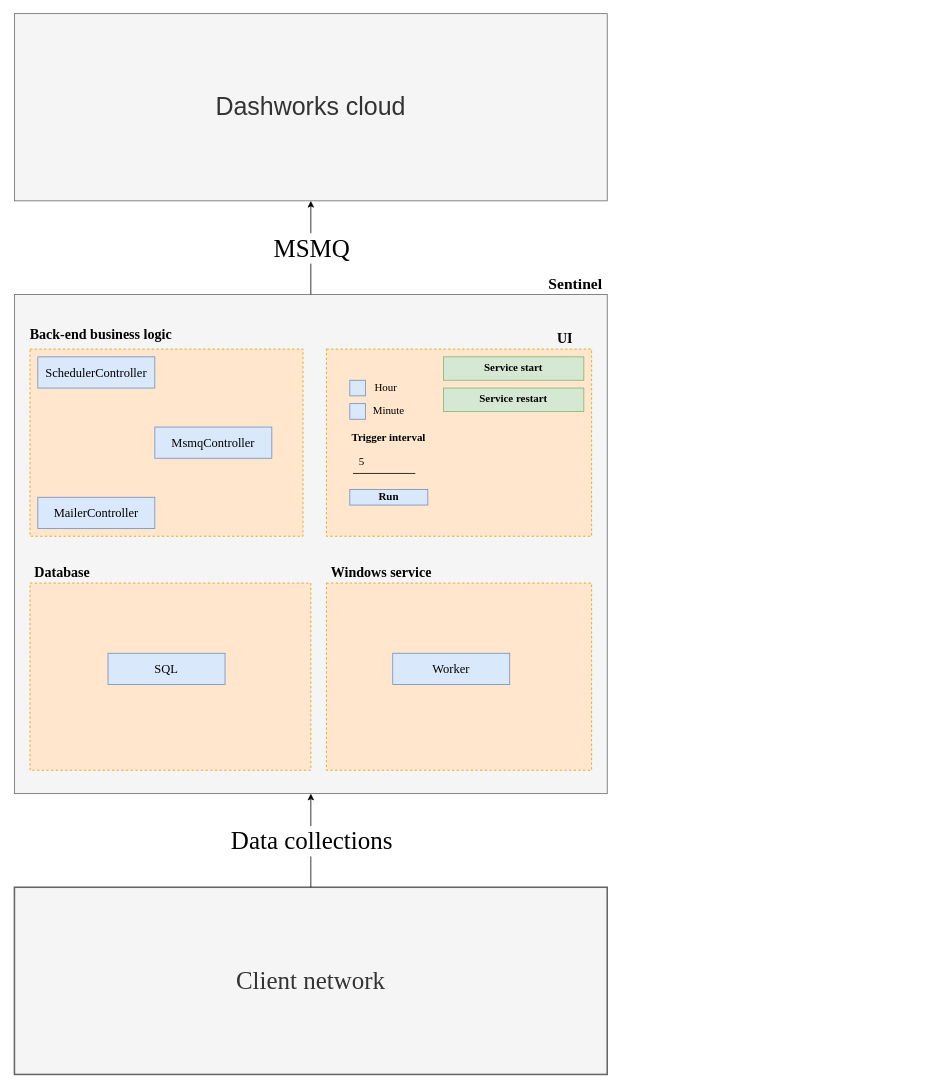
This is src/assets/Untitled Diagram.drawio from ValeryYuntsevich/ag-grid, a draw.io file, before an edit. Source tidied: cells renumbered, new cells numbered last; positions are measured from the earlier drawing's top-left corner, leaving out a move shared by most shapes. Both pictures are drawn from the tidied source at 78%, with x=0, y=0 at pixel (14, 13).
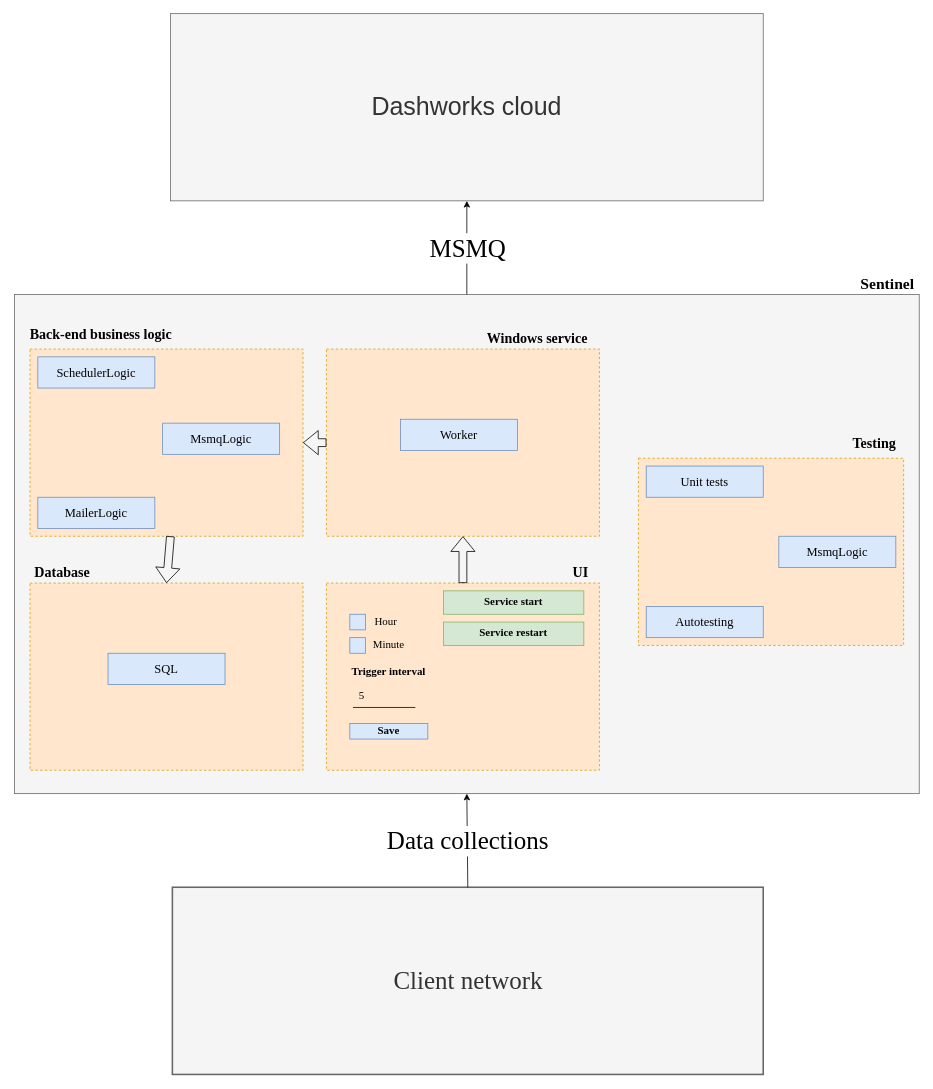
After the change.

The change refers to these unchanged cells:
```xml
<mxCell id="18" style="rounded=0;whiteSpace=wrap;html=1;fontFamily=Times New Roman;fontSize=18;strokeWidth=1;dashed=1;fillColor=#ffe6cc;strokeColor=#d79b00;" parent="1" vertex="1">
  <mxGeometry x="20" y="430" width="350" height="240" as="geometry" />
</mxCell>
```

What changed in the source:
```diff
@@
     <mxCell id="2" style="rounded=0;whiteSpace=wrap;html=1;fillColor=#f5f5f5;fontColor=#333333;strokeColor=#666666;" parent="1" vertex="1">
-      <mxGeometry y="360" width="760" height="640" as="geometry" />
+      <mxGeometry y="360" width="1160" height="640" as="geometry" />
     </mxCell>
@@
-    <mxCell id="5" style="rounded=0;whiteSpace=wrap;html=1;fontFamily=Times New Roman;fontSize=14;strokeWidth=1;fillColor=#ffe6cc;strokeColor=#d79b00;dashed=1;" parent="1" vertex="1">
-      <mxGeometry x="400" y="430" width="340" height="240" as="geometry" />
-    </mxCell>
-    <mxCell id="6" value="Trigger interval" style="text;html=1;strokeColor=none;fillColor=none;align=center;verticalAlign=middle;whiteSpace=wrap;rounded=0;fontFamily=Times New Roman;fontSize=14;fontStyle=1;" parent="1" vertex="1">
-      <mxGeometry x="410" y="530" width="140" height="30" as="geometry" />
-    </mxCell>
-    <mxCell id="7" style="endArrow=none;html=1;rounded=0;fontFamily=Times New Roman;fontSize=14;" parent="1" edge="1">
-      <mxGeometry relative="1" as="geometry">
-        <mxPoint x="434" y="589.5" as="sourcePoint" />
-        <mxPoint x="514" y="589.5" as="targetPoint" />
-        <Array as="points">
-          <mxPoint x="470" y="589.5" />
-        </Array>
-      </mxGeometry>
-    </mxCell>
-    <mxCell id="8" value="5" style="text;html=1;strokeColor=none;fillColor=none;align=left;verticalAlign=middle;whiteSpace=wrap;rounded=0;fontFamily=Times New Roman;fontSize=14;" parent="1" vertex="1">
-      <mxGeometry x="440" y="560" width="20" height="30" as="geometry" />
-    </mxCell>
-    <mxCell id="9" value="Hour" style="text;html=1;strokeColor=none;fillColor=none;align=left;verticalAlign=middle;whiteSpace=wrap;rounded=0;fontFamily=Times New Roman;fontSize=14;" parent="1" vertex="1">
-      <mxGeometry x="460" y="470" width="40" height="20" as="geometry" />
-    </mxCell>
-    <mxCell id="10" style="whiteSpace=wrap;html=1;fontFamily=Times New Roman;fontSize=14;strokeWidth=1;fillColor=#dae8fc;strokeColor=#6c8ebf;" parent="1" vertex="1">
-      <mxGeometry x="430" y="470" width="20" height="20" as="geometry" />
-    </mxCell>
-    <mxCell id="11" style="whiteSpace=wrap;html=1;fontFamily=Times New Roman;fontSize=14;strokeWidth=1;fillColor=#dae8fc;strokeColor=#6c8ebf;" parent="1" vertex="1">
-      <mxGeometry x="430" y="500" width="20" height="20" as="geometry" />
-    </mxCell>
-    <mxCell id="12" value="Minute" style="text;html=1;strokeColor=none;fillColor=none;align=center;verticalAlign=middle;whiteSpace=wrap;rounded=0;fontFamily=Times New Roman;fontSize=14;" parent="1" vertex="1">
-      <mxGeometry x="460" y="500" width="40" height="20" as="geometry" />
-    </mxCell>
-    <mxCell id="13" value="Run" style="rounded=0;whiteSpace=wrap;html=1;fontFamily=Times New Roman;fontSize=14;strokeWidth=1;fontStyle=1;fillColor=#dae8fc;strokeColor=#6c8ebf;" parent="1" vertex="1">
-      <mxGeometry x="430" y="610" width="100" height="20" as="geometry" />
-    </mxCell>
-    <mxCell id="14" value="Service start" style="rounded=0;whiteSpace=wrap;html=1;fontFamily=Times New Roman;fontSize=14;strokeWidth=1;fontStyle=1;fillColor=#d5e8d4;strokeColor=#82b366;" parent="1" vertex="1">
-      <mxGeometry x="550" y="440" width="180" height="30" as="geometry" />
-    </mxCell>
     <mxCell id="15" value="Sentinel" style="text;strokeColor=none;fillColor=none;align=left;verticalAlign=middle;spacingLeft=4;spacingRight=4;overflow=hidden;fontFamily=Times New Roman;fontSize=20;fontStyle=1;" parent="1" vertex="1">
-      <mxGeometry x="679" y="330" width="81" height="30" as="geometry" />
+      <mxGeometry x="1079" y="330" width="81" height="30" as="geometry" />
     </mxCell>
     <mxCell id="16" value="UI" style="text;strokeColor=none;fillColor=none;align=left;verticalAlign=middle;spacingLeft=4;spacingRight=4;overflow=hidden;fontFamily=Times New Roman;fontSize=18;fontStyle=1;" parent="1" vertex="1">
-      <mxGeometry x="690" y="400" width="30" height="30" as="geometry" />
+      <mxGeometry x="710" y="700" width="30" height="30" as="geometry" />
     </mxCell>
@@
     <mxCell id="21" value="Client network" style="rounded=0;whiteSpace=wrap;html=1;fontFamily=Times New Roman;fontSize=32;strokeWidth=2;fillColor=#f5f5f5;fontColor=#333333;strokeColor=#666666;" parent="1" vertex="1">
-      <mxGeometry y="1120" width="760" height="240" as="geometry" />
+      <mxGeometry x="202.5" y="1120" width="757.5" height="240" as="geometry" />
     </mxCell>
@@
     <mxCell id="24" value="Dashworks cloud" style="rounded=0;whiteSpace=wrap;html=1;fontSize=32;fillColor=#f5f5f5;fontColor=#333333;strokeColor=#666666;" parent="1" vertex="1">
-      <mxGeometry width="760" height="240" as="geometry" />
+      <mxGeometry x="200" width="760" height="240" as="geometry" />
     </mxCell>
-    <mxCell id="25" value="SchedulerController" style="rounded=0;whiteSpace=wrap;html=1;fontFamily=Times New Roman;fontSize=16;fillColor=#dae8fc;strokeColor=#6c8ebf;" parent="1" vertex="1">
+    <mxCell id="25" value="SchedulerLogic" style="rounded=0;whiteSpace=wrap;html=1;fontFamily=Times New Roman;fontSize=16;fillColor=#dae8fc;strokeColor=#6c8ebf;" parent="1" vertex="1">
       <mxGeometry x="30" y="440" width="150" height="40" as="geometry" />
     </mxCell>
-    <mxCell id="26" value="MsmqController" style="rounded=0;whiteSpace=wrap;html=1;fontFamily=Times New Roman;fontSize=16;fillColor=#dae8fc;strokeColor=#6c8ebf;" parent="1" vertex="1">
-      <mxGeometry x="180" y="530" width="150" height="40" as="geometry" />
+    <mxCell id="26" value="MsmqLogic" style="rounded=0;whiteSpace=wrap;html=1;fontFamily=Times New Roman;fontSize=16;fillColor=#dae8fc;strokeColor=#6c8ebf;" parent="1" vertex="1">
+      <mxGeometry x="190" y="525" width="150" height="40" as="geometry" />
     </mxCell>
-    <mxCell id="27" value="MailerController" style="rounded=0;whiteSpace=wrap;html=1;fontFamily=Times New Roman;fontSize=16;fillColor=#dae8fc;strokeColor=#6c8ebf;" parent="1" vertex="1">
+    <mxCell id="27" value="MailerLogic" style="rounded=0;whiteSpace=wrap;html=1;fontFamily=Times New Roman;fontSize=16;fillColor=#dae8fc;strokeColor=#6c8ebf;" parent="1" vertex="1">
       <mxGeometry x="30" y="620" width="150" height="40" as="geometry" />
     </mxCell>
     <mxCell id="28" style="rounded=0;whiteSpace=wrap;html=1;fontFamily=Times New Roman;fontSize=18;strokeWidth=1;dashed=1;fillColor=#ffe6cc;strokeColor=#d79b00;" parent="1" vertex="1">
-      <mxGeometry x="400" y="730" width="340" height="240" as="geometry" />
+      <mxGeometry x="400" y="430" width="350" height="240" as="geometry" />
     </mxCell>
     <mxCell id="29" value="Windows service" style="text;strokeColor=none;fillColor=none;align=left;verticalAlign=middle;spacingLeft=4;spacingRight=4;overflow=hidden;fontFamily=Times New Roman;fontSize=18;fontStyle=1;" parent="1" vertex="1">
-      <mxGeometry x="400" y="700" width="216" height="30" as="geometry" />
+      <mxGeometry x="600" y="400" width="140" height="30" as="geometry" />
     </mxCell>
     <mxCell id="30" value="Worker" style="rounded=0;whiteSpace=wrap;html=1;fontFamily=Times New Roman;fontSize=16;fillColor=#dae8fc;strokeColor=#6c8ebf;" parent="1" vertex="1">
-      <mxGeometry x="485" y="820" width="150" height="40" as="geometry" />
+      <mxGeometry x="495" y="520" width="150" height="40" as="geometry" />
     </mxCell>
     <mxCell id="31" style="rounded=0;whiteSpace=wrap;html=1;fontFamily=Times New Roman;fontSize=18;strokeWidth=1;dashed=1;fillColor=#ffe6cc;strokeColor=#d79b00;" parent="1" vertex="1">
-      <mxGeometry x="20" y="730" width="360" height="240" as="geometry" />
+      <mxGeometry x="20" y="730" width="350" height="240" as="geometry" />
     </mxCell>
@@
+    <mxCell id="35" style="rounded=0;whiteSpace=wrap;html=1;fontFamily=Times New Roman;fontSize=18;strokeWidth=1;dashed=1;fillColor=#ffe6cc;strokeColor=#d79b00;" parent="1" vertex="1">
+      <mxGeometry x="800" y="570" width="340" height="240" as="geometry" />
+    </mxCell>
+    <mxCell id="36" style="shape=flexArrow;endArrow=classic;html=1;rounded=0;exitX=0;exitY=0.5;exitDx=0;exitDy=0;" parent="1" edge="1" source="28" target="18">
+      <mxGeometry relative="1" as="geometry" />
+    </mxCell>
+    <mxCell id="37" style="shape=flexArrow;endArrow=classic;html=1;rounded=0;entryX=0.5;entryY=0;entryDx=0;entryDy=0;" parent="1" edge="1" target="31">
+      <mxGeometry relative="1" as="geometry">
+        <mxPoint x="200" y="670" as="sourcePoint" />
+      </mxGeometry>
+    </mxCell>
+    <mxCell id="38" value="Testing" style="text;strokeColor=none;fillColor=none;align=left;verticalAlign=middle;spacingLeft=4;spacingRight=4;overflow=hidden;fontFamily=Times New Roman;fontSize=18;fontStyle=1;" parent="1" vertex="1">
+      <mxGeometry x="1069" y="535" width="70" height="30" as="geometry" />
+    </mxCell>
+    <mxCell id="39" value="Unit tests" style="rounded=0;whiteSpace=wrap;html=1;fontFamily=Times New Roman;fontSize=16;fillColor=#dae8fc;strokeColor=#6c8ebf;" parent="1" vertex="1">
+      <mxGeometry x="810" y="580" width="150" height="40" as="geometry" />
+    </mxCell>
+    <mxCell id="40" value="MsmqLogic" style="rounded=0;whiteSpace=wrap;html=1;fontFamily=Times New Roman;fontSize=16;fillColor=#dae8fc;strokeColor=#6c8ebf;" parent="1" vertex="1">
+      <mxGeometry x="980" y="670" width="150" height="40" as="geometry" />
+    </mxCell>
+    <mxCell id="41" value="Autotesting" style="rounded=0;whiteSpace=wrap;html=1;fontFamily=Times New Roman;fontSize=16;fillColor=#dae8fc;strokeColor=#6c8ebf;" parent="1" vertex="1">
+      <mxGeometry x="810" y="760" width="150" height="40" as="geometry" />
+    </mxCell>
+    <mxCell id="42" style="rounded=0;whiteSpace=wrap;html=1;fontFamily=Times New Roman;fontSize=14;strokeWidth=1;fillColor=#ffe6cc;strokeColor=#d79b00;dashed=1;" parent="1" vertex="1">
+      <mxGeometry x="400" y="730" width="350" height="240" as="geometry" />
+    </mxCell>
+    <mxCell id="6" value="Trigger interval" style="text;html=1;strokeColor=none;fillColor=none;align=center;verticalAlign=middle;whiteSpace=wrap;rounded=0;fontFamily=Times New Roman;fontSize=14;fontStyle=1;" parent="1" vertex="1">
+      <mxGeometry x="410" y="830" width="140" height="30" as="geometry" />
+    </mxCell>
+    <mxCell id="43" style="endArrow=none;html=1;rounded=0;fontFamily=Times New Roman;fontSize=14;" parent="1" edge="1">
+      <mxGeometry relative="1" as="geometry">
+        <mxPoint x="434" y="889.5" as="sourcePoint" />
+        <mxPoint x="514" y="889.5" as="targetPoint" />
+        <Array as="points">
+          <mxPoint x="470" y="889.5" />
+        </Array>
+      </mxGeometry>
+    </mxCell>
+    <mxCell id="8" value="5" style="text;html=1;strokeColor=none;fillColor=none;align=left;verticalAlign=middle;whiteSpace=wrap;rounded=0;fontFamily=Times New Roman;fontSize=14;" parent="1" vertex="1">
+      <mxGeometry x="440" y="860" width="20" height="30" as="geometry" />
+    </mxCell>
+    <mxCell id="9" value="Hour" style="text;html=1;strokeColor=none;fillColor=none;align=left;verticalAlign=middle;whiteSpace=wrap;rounded=0;fontFamily=Times New Roman;fontSize=14;" parent="1" vertex="1">
+      <mxGeometry x="460" y="770" width="40" height="20" as="geometry" />
+    </mxCell>
+    <mxCell id="44" style="whiteSpace=wrap;html=1;fontFamily=Times New Roman;fontSize=14;strokeWidth=1;fillColor=#dae8fc;strokeColor=#6c8ebf;" parent="1" vertex="1">
+      <mxGeometry x="430" y="770" width="20" height="20" as="geometry" />
+    </mxCell>
+    <mxCell id="45" style="whiteSpace=wrap;html=1;fontFamily=Times New Roman;fontSize=14;strokeWidth=1;fillColor=#dae8fc;strokeColor=#6c8ebf;" parent="1" vertex="1">
+      <mxGeometry x="430" y="800" width="20" height="20" as="geometry" />
+    </mxCell>
+    <mxCell id="12" value="Minute" style="text;html=1;strokeColor=none;fillColor=none;align=center;verticalAlign=middle;whiteSpace=wrap;rounded=0;fontFamily=Times New Roman;fontSize=14;" parent="1" vertex="1">
+      <mxGeometry x="460" y="800" width="40" height="20" as="geometry" />
+    </mxCell>
+    <mxCell id="46" value="Save" style="rounded=0;whiteSpace=wrap;html=1;fontFamily=Times New Roman;fontSize=14;strokeWidth=1;fontStyle=1;fillColor=#dae8fc;strokeColor=#6c8ebf;" parent="1" vertex="1">
+      <mxGeometry x="430" y="910" width="100" height="20" as="geometry" />
+    </mxCell>
+    <mxCell id="14" value="Service start" style="rounded=0;whiteSpace=wrap;html=1;fontFamily=Times New Roman;fontSize=14;strokeWidth=1;fontStyle=1;fillColor=#d5e8d4;strokeColor=#82b366;" parent="1" vertex="1">
+      <mxGeometry x="550" y="740" width="180" height="30" as="geometry" />
+    </mxCell>
     <mxCell id="34" value="Service restart" style="rounded=0;whiteSpace=wrap;html=1;fontFamily=Times New Roman;fontSize=14;strokeWidth=1;fontStyle=1;fillColor=#d5e8d4;strokeColor=#82b366;" parent="1" vertex="1">
-      <mxGeometry x="550" y="480" width="180" height="30" as="geometry" />
+      <mxGeometry x="550" y="780" width="180" height="30" as="geometry" />
     </mxCell>
+    <mxCell id="47" style="shape=flexArrow;endArrow=classic;html=1;rounded=0;exitX=0.5;exitY=0;exitDx=0;exitDy=0;entryX=0.5;entryY=1;entryDx=0;entryDy=0;" parent="1" edge="1" source="42" target="28">
+      <mxGeometry relative="1" as="geometry" />
+    </mxCell>
```
